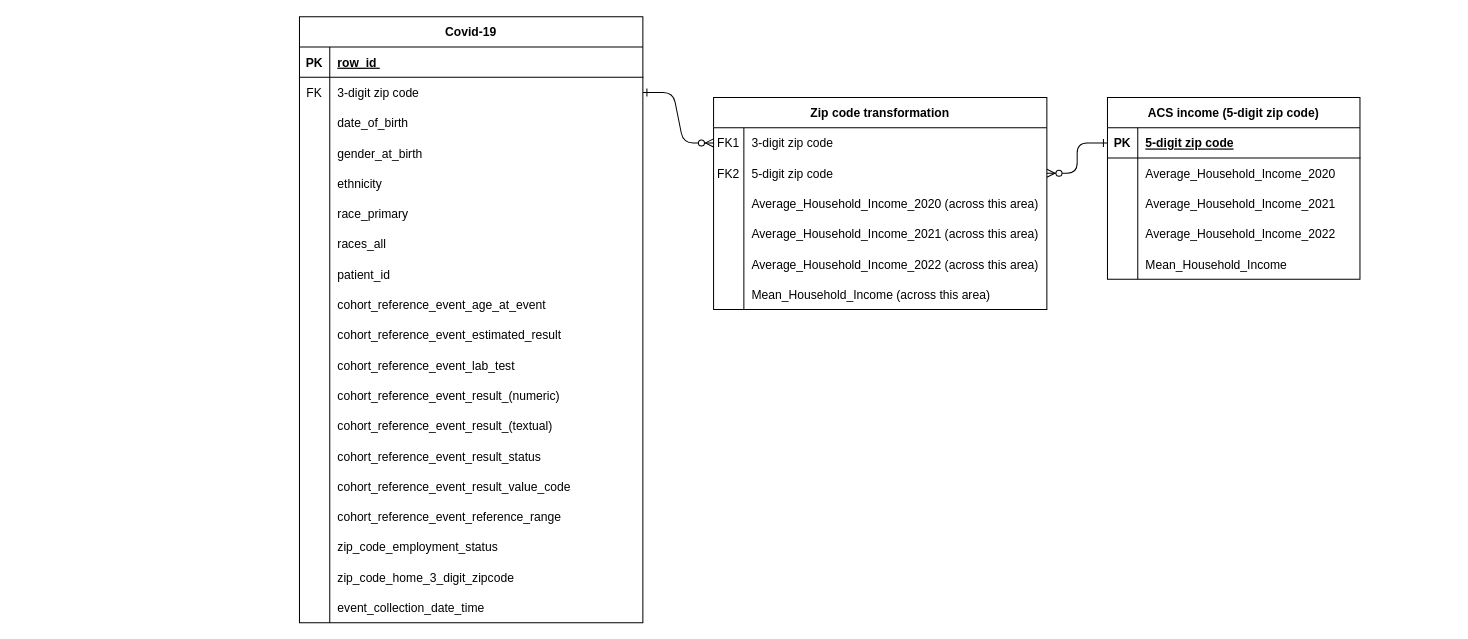
This is methods/covid_income_diagram.drawio from ronghanli2002/Analyzing-COVID-19-Disparities-in-Missouri-Through-a-Socioeconomic-Lens, a draw.io file, before an edit. Source tidied: cells renumbered, new cells numbered last; positions are measured from the earlier drawing's top-left corner, leaving out a move shared by most shapes. Both pictures are drawn from the tidied source at 101%, with x=0, y=0 at pixel (299, 16).
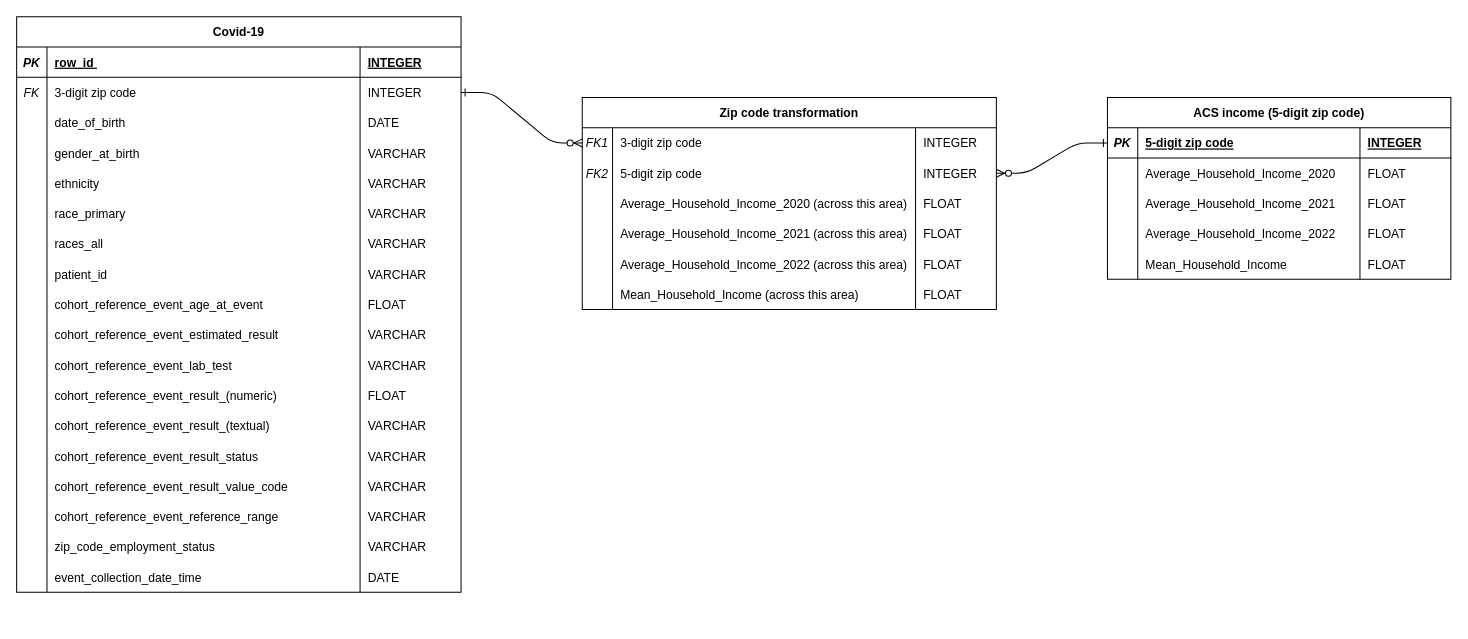
The same diagram, later.

Diff of the diagram source:
```diff
@@
-    <mxCell id="2" style="edgeStyle=entityRelationEdgeStyle;endArrow=ERzeroToMany;startArrow=ERone;endFill=1;startFill=0;exitX=1;exitY=0.5;exitDx=0;exitDy=0;entryX=0;entryY=0.5;entryDx=0;entryDy=0;" parent="1" edge="1" source="26">
-      <mxGeometry relative="1" as="geometry">
-        <mxPoint x="410" y="125" as="targetPoint" />
-      </mxGeometry>
+    <mxCell id="2" style="edgeStyle=entityRelationEdgeStyle;endArrow=ERzeroToMany;startArrow=ERone;endFill=1;startFill=0;exitX=1;exitY=0.5;exitDx=0;exitDy=0;entryX=0;entryY=0.5;entryDx=0;entryDy=0;" parent="1" edge="1" source="26" target="4">
+      <mxGeometry relative="1" as="geometry" />
     </mxCell>
     <mxCell id="3" value="Zip code transformation" style="shape=table;startSize=30;childLayout=tableLayout;rowLines=0;fontStyle=1;align=center;" parent="1" vertex="1">
-      <mxGeometry x="410" y="80" width="330" height="210" as="geometry" />
+      <mxGeometry x="280" y="80" width="410" height="210" as="geometry" />
     </mxCell>
     <mxCell id="4" style="shape=partialRectangle;fillColor=none;points=[[0,0.5],[1,0.5]];portConstraint=eastwest;top=0;left=0;right=0;bottom=0;" parent="3" vertex="1">
-      <mxGeometry y="30" width="330" height="30" as="geometry" />
+      <mxGeometry y="30" width="410" height="30" as="geometry" />
     </mxCell>
-    <mxCell id="5" value="FK1" style="shape=partialRectangle;overflow=hidden;fillColor=none;top=0;left=0;bottom=0;right=0;" parent="4" vertex="1">
+    <mxCell id="5" value="FK1" style="shape=partialRectangle;overflow=hidden;fillColor=none;top=0;left=0;bottom=0;right=0;fontStyle=2;" parent="4" vertex="1">
       <mxGeometry width="30" height="30" as="geometry" />
     </mxCell>
@@
+    <mxCell id="97" value="INTEGER" style="shape=partialRectangle;overflow=hidden;fillColor=none;top=0;left=0;bottom=0;right=0;align=left;spacingLeft=6;" parent="4" vertex="1">
+      <mxGeometry x="330" width="80" height="30" as="geometry" />
+    </mxCell>
     <mxCell id="7" style="shape=partialRectangle;fillColor=none;points=[[0,0.5],[1,0.5]];portConstraint=eastwest;top=0;left=0;right=0;bottom=0;" parent="3" vertex="1">
-      <mxGeometry y="60" width="330" height="30" as="geometry" />
+      <mxGeometry y="60" width="410" height="30" as="geometry" />
     </mxCell>
-    <mxCell id="8" value="FK2" style="shape=partialRectangle;overflow=hidden;fillColor=none;top=0;left=0;bottom=0;right=0;" parent="7" vertex="1">
+    <mxCell id="8" value="FK2" style="shape=partialRectangle;overflow=hidden;fillColor=none;top=0;left=0;bottom=0;right=0;fontStyle=2;" parent="7" vertex="1">
       <mxGeometry width="30" height="30" as="geometry" />
     </mxCell>
@@
+    <mxCell id="98" value="INTEGER" style="shape=partialRectangle;overflow=hidden;fillColor=none;top=0;left=0;bottom=0;right=0;align=left;spacingLeft=6;" parent="7" vertex="1">
+      <mxGeometry x="330" width="80" height="30" as="geometry" />
+    </mxCell>
     <mxCell id="10" style="shape=partialRectangle;fillColor=none;top=0;left=0;right=0;bottom=0;" parent="3" vertex="1">
-      <mxGeometry y="90" width="330" height="30" as="geometry" />
+      <mxGeometry y="90" width="410" height="30" as="geometry" />
     </mxCell>
@@
+    <mxCell id="99" value="FLOAT" style="shape=partialRectangle;overflow=hidden;fillColor=none;top=0;left=0;bottom=0;right=0;align=left;spacingLeft=6;" parent="10" vertex="1">
+      <mxGeometry x="330" width="80" height="30" as="geometry" />
+    </mxCell>
     <mxCell id="13" style="shape=partialRectangle;fillColor=none;top=0;left=0;right=0;bottom=0;" parent="3" vertex="1">
-      <mxGeometry y="120" width="330" height="30" as="geometry" />
+      <mxGeometry y="120" width="410" height="30" as="geometry" />
     </mxCell>
@@
+    <mxCell id="100" value="FLOAT" style="shape=partialRectangle;overflow=hidden;fillColor=none;top=0;left=0;bottom=0;right=0;align=left;spacingLeft=6;" parent="13" vertex="1">
+      <mxGeometry x="330" width="80" height="30" as="geometry" />
+    </mxCell>
     <mxCell id="16" style="shape=partialRectangle;fillColor=none;top=0;left=0;right=0;bottom=0;" parent="3" vertex="1">
-      <mxGeometry y="150" width="330" height="30" as="geometry" />
+      <mxGeometry y="150" width="410" height="30" as="geometry" />
     </mxCell>
@@
+    <mxCell id="101" value="FLOAT" style="shape=partialRectangle;overflow=hidden;fillColor=none;top=0;left=0;bottom=0;right=0;align=left;spacingLeft=6;" parent="16" vertex="1">
+      <mxGeometry x="330" width="80" height="30" as="geometry" />
+    </mxCell>
     <mxCell id="19" style="shape=partialRectangle;fillColor=none;top=0;left=0;right=0;bottom=0;" parent="3" vertex="1">
-      <mxGeometry y="180" width="330" height="30" as="geometry" />
+      <mxGeometry y="180" width="410" height="30" as="geometry" />
     </mxCell>
@@
+    <mxCell id="102" value="FLOAT" style="shape=partialRectangle;overflow=hidden;fillColor=none;top=0;left=0;bottom=0;right=0;align=left;spacingLeft=6;" parent="19" vertex="1">
+      <mxGeometry x="330" width="80" height="30" as="geometry" />
+    </mxCell>
     <mxCell id="22" value="Covid-19" style="shape=table;startSize=30;childLayout=tableLayout;rowLines=0;fontStyle=1;align=center;" parent="1" vertex="1">
-      <mxGeometry width="340" height="600" as="geometry" />
+      <mxGeometry x="-280" width="440" height="570" as="geometry" />
     </mxCell>
     <mxCell id="23" style="shape=partialRectangle;fillColor=none;top=0;left=0;right=0;bottom=1;" parent="22" vertex="1">
-      <mxGeometry y="30" width="340" height="30" as="geometry" />
+      <mxGeometry y="30" width="440" height="30" as="geometry" />
     </mxCell>
-    <mxCell id="24" value="PK" style="shape=partialRectangle;overflow=hidden;fillColor=none;top=0;left=0;bottom=0;right=0;fontStyle=1;" parent="23" vertex="1">
+    <mxCell id="24" value="PK" style="shape=partialRectangle;overflow=hidden;fillColor=none;top=0;left=0;bottom=0;right=0;fontStyle=3;" parent="23" vertex="1">
       <mxGeometry width="30" height="30" as="geometry" />
     </mxCell>
@@
+    <mxCell id="103" value="INTEGER" style="shape=partialRectangle;overflow=hidden;fillColor=none;top=0;left=0;bottom=0;right=0;align=left;spacingLeft=6;fontStyle=5;" parent="23" vertex="1">
+      <mxGeometry x="340" width="100" height="30" as="geometry" />
+    </mxCell>
     <mxCell id="26" style="shape=partialRectangle;fillColor=none;points=[[0,0.5],[1,0.5]];portConstraint=eastwest;top=0;left=0;right=0;bottom=0;" parent="22" vertex="1">
-      <mxGeometry y="60" width="340" height="30" as="geometry" />
+      <mxGeometry y="60" width="440" height="30" as="geometry" />
     </mxCell>
-    <mxCell id="27" value="FK" style="shape=partialRectangle;overflow=hidden;fillColor=none;top=0;left=0;bottom=0;right=0;" parent="26" vertex="1">
+    <mxCell id="27" value="FK" style="shape=partialRectangle;overflow=hidden;fillColor=none;top=0;left=0;bottom=0;right=0;fontStyle=2;" parent="26" vertex="1">
       <mxGeometry width="30" height="30" as="geometry" />
     </mxCell>
@@
+    <mxCell id="104" value="INTEGER" style="shape=partialRectangle;overflow=hidden;fillColor=none;top=0;left=0;bottom=0;right=0;align=left;spacingLeft=6;" parent="26" vertex="1">
+      <mxGeometry x="340" width="100" height="30" as="geometry" />
+    </mxCell>
     <mxCell id="29" style="shape=partialRectangle;fillColor=none;top=0;left=0;right=0;bottom=0;" parent="22" vertex="1">
-      <mxGeometry y="90" width="340" height="30" as="geometry" />
+      <mxGeometry y="90" width="440" height="30" as="geometry" />
     </mxCell>
@@
+    <mxCell id="105" value="DATE" style="shape=partialRectangle;overflow=hidden;fillColor=none;top=0;left=0;bottom=0;right=0;align=left;spacingLeft=6;" parent="29" vertex="1">
+      <mxGeometry x="340" width="100" height="30" as="geometry" />
+    </mxCell>
     <mxCell id="32" style="shape=partialRectangle;fillColor=none;top=0;left=0;right=0;bottom=0;" parent="22" vertex="1">
-      <mxGeometry y="120" width="340" height="30" as="geometry" />
+      <mxGeometry y="120" width="440" height="30" as="geometry" />
     </mxCell>
@@
+    <mxCell id="106" value="VARCHAR" style="shape=partialRectangle;overflow=hidden;fillColor=none;top=0;left=0;bottom=0;right=0;align=left;spacingLeft=6;" parent="32" vertex="1">
+      <mxGeometry x="340" width="100" height="30" as="geometry" />
+    </mxCell>
     <mxCell id="35" style="shape=partialRectangle;fillColor=none;top=0;left=0;right=0;bottom=0;" parent="22" vertex="1">
-      <mxGeometry y="150" width="340" height="30" as="geometry" />
+      <mxGeometry y="150" width="440" height="30" as="geometry" />
     </mxCell>
@@
+    <mxCell id="107" value="VARCHAR" style="shape=partialRectangle;overflow=hidden;fillColor=none;top=0;left=0;bottom=0;right=0;align=left;spacingLeft=6;" parent="35" vertex="1">
+      <mxGeometry x="340" width="100" height="30" as="geometry" />
+    </mxCell>
     <mxCell id="38" style="shape=partialRectangle;fillColor=none;top=0;left=0;right=0;bottom=0;" parent="22" vertex="1">
-      <mxGeometry y="180" width="340" height="30" as="geometry" />
+      <mxGeometry y="180" width="440" height="30" as="geometry" />
     </mxCell>
@@
+    <mxCell id="108" value="VARCHAR" style="shape=partialRectangle;overflow=hidden;fillColor=none;top=0;left=0;bottom=0;right=0;align=left;spacingLeft=6;" parent="38" vertex="1">
+      <mxGeometry x="340" width="100" height="30" as="geometry" />
+    </mxCell>
     <mxCell id="41" style="shape=partialRectangle;fillColor=none;top=0;left=0;right=0;bottom=0;" parent="22" vertex="1">
-      <mxGeometry y="210" width="340" height="30" as="geometry" />
+      <mxGeometry y="210" width="440" height="30" as="geometry" />
     </mxCell>
@@
+    <mxCell id="109" value="VARCHAR" style="shape=partialRectangle;overflow=hidden;fillColor=none;top=0;left=0;bottom=0;right=0;align=left;spacingLeft=6;" parent="41" vertex="1">
+      <mxGeometry x="340" width="100" height="30" as="geometry" />
+    </mxCell>
     <mxCell id="44" style="shape=partialRectangle;fillColor=none;top=0;left=0;right=0;bottom=0;" parent="22" vertex="1">
-      <mxGeometry y="240" width="340" height="30" as="geometry" />
+      <mxGeometry y="240" width="440" height="30" as="geometry" />
     </mxCell>
@@
+    <mxCell id="110" value="VARCHAR" style="shape=partialRectangle;overflow=hidden;fillColor=none;top=0;left=0;bottom=0;right=0;align=left;spacingLeft=6;" parent="44" vertex="1">
+      <mxGeometry x="340" width="100" height="30" as="geometry" />
+    </mxCell>
     <mxCell id="47" style="shape=partialRectangle;fillColor=none;top=0;left=0;right=0;bottom=0;" parent="22" vertex="1">
-      <mxGeometry y="270" width="340" height="30" as="geometry" />
+      <mxGeometry y="270" width="440" height="30" as="geometry" />
     </mxCell>
@@
+    <mxCell id="111" value="FLOAT" style="shape=partialRectangle;overflow=hidden;fillColor=none;top=0;left=0;bottom=0;right=0;align=left;spacingLeft=6;" parent="47" vertex="1">
+      <mxGeometry x="340" width="100" height="30" as="geometry" />
+    </mxCell>
     <mxCell id="50" style="shape=partialRectangle;fillColor=none;top=0;left=0;right=0;bottom=0;" parent="22" vertex="1">
-      <mxGeometry y="300" width="340" height="30" as="geometry" />
+      <mxGeometry y="300" width="440" height="30" as="geometry" />
     </mxCell>
@@
+    <mxCell id="112" value="VARCHAR" style="shape=partialRectangle;overflow=hidden;fillColor=none;top=0;left=0;bottom=0;right=0;align=left;spacingLeft=6;" parent="50" vertex="1">
+      <mxGeometry x="340" width="100" height="30" as="geometry" />
+    </mxCell>
     <mxCell id="53" style="shape=partialRectangle;fillColor=none;top=0;left=0;right=0;bottom=0;" parent="22" vertex="1">
-      <mxGeometry y="330" width="340" height="30" as="geometry" />
+      <mxGeometry y="330" width="440" height="30" as="geometry" />
     </mxCell>
@@
+    <mxCell id="113" value="VARCHAR" style="shape=partialRectangle;overflow=hidden;fillColor=none;top=0;left=0;bottom=0;right=0;align=left;spacingLeft=6;" parent="53" vertex="1">
+      <mxGeometry x="340" width="100" height="30" as="geometry" />
+    </mxCell>
     <mxCell id="56" style="shape=partialRectangle;fillColor=none;top=0;left=0;right=0;bottom=0;" parent="22" vertex="1">
-      <mxGeometry y="360" width="340" height="30" as="geometry" />
+      <mxGeometry y="360" width="440" height="30" as="geometry" />
     </mxCell>
@@
+    <mxCell id="114" value="FLOAT" style="shape=partialRectangle;overflow=hidden;fillColor=none;top=0;left=0;bottom=0;right=0;align=left;spacingLeft=6;" parent="56" vertex="1">
+      <mxGeometry x="340" width="100" height="30" as="geometry" />
+    </mxCell>
     <mxCell id="59" style="shape=partialRectangle;fillColor=none;top=0;left=0;right=0;bottom=0;" parent="22" vertex="1">
-      <mxGeometry y="390" width="340" height="30" as="geometry" />
+      <mxGeometry y="390" width="440" height="30" as="geometry" />
     </mxCell>
@@
+    <mxCell id="115" value="VARCHAR" style="shape=partialRectangle;overflow=hidden;fillColor=none;top=0;left=0;bottom=0;right=0;align=left;spacingLeft=6;" parent="59" vertex="1">
+      <mxGeometry x="340" width="100" height="30" as="geometry" />
+    </mxCell>
     <mxCell id="62" style="shape=partialRectangle;fillColor=none;top=0;left=0;right=0;bottom=0;" parent="22" vertex="1">
-      <mxGeometry y="420" width="340" height="30" as="geometry" />
+      <mxGeometry y="420" width="440" height="30" as="geometry" />
     </mxCell>
@@
+    <mxCell id="116" value="VARCHAR" style="shape=partialRectangle;overflow=hidden;fillColor=none;top=0;left=0;bottom=0;right=0;align=left;spacingLeft=6;" parent="62" vertex="1">
+      <mxGeometry x="340" width="100" height="30" as="geometry" />
+    </mxCell>
     <mxCell id="65" style="shape=partialRectangle;fillColor=none;top=0;left=0;right=0;bottom=0;" parent="22" vertex="1">
-      <mxGeometry y="450" width="340" height="30" as="geometry" />
+      <mxGeometry y="450" width="440" height="30" as="geometry" />
     </mxCell>
@@
+    <mxCell id="117" value="VARCHAR" style="shape=partialRectangle;overflow=hidden;fillColor=none;top=0;left=0;bottom=0;right=0;align=left;spacingLeft=6;" parent="65" vertex="1">
+      <mxGeometry x="340" width="100" height="30" as="geometry" />
+    </mxCell>
     <mxCell id="68" style="shape=partialRectangle;fillColor=none;top=0;left=0;right=0;bottom=0;" parent="22" vertex="1">
-      <mxGeometry y="480" width="340" height="30" as="geometry" />
+      <mxGeometry y="480" width="440" height="30" as="geometry" />
     </mxCell>
@@
+    <mxCell id="118" value="VARCHAR" style="shape=partialRectangle;overflow=hidden;fillColor=none;top=0;left=0;bottom=0;right=0;align=left;spacingLeft=6;" parent="68" vertex="1">
+      <mxGeometry x="340" width="100" height="30" as="geometry" />
+    </mxCell>
     <mxCell id="71" style="shape=partialRectangle;fillColor=none;top=0;left=0;right=0;bottom=0;" parent="22" vertex="1">
-      <mxGeometry y="510" width="340" height="30" as="geometry" />
+      <mxGeometry y="510" width="440" height="30" as="geometry" />
     </mxCell>
@@
-    <mxCell id="74" style="shape=partialRectangle;fillColor=none;top=0;left=0;right=0;bottom=0;" parent="22" vertex="1">
-      <mxGeometry y="540" width="340" height="30" as="geometry" />
-    </mxCell>
-    <mxCell id="75" style="shape=partialRectangle;overflow=hidden;fillColor=none;top=0;left=0;bottom=0;right=0;" parent="74" vertex="1">
-      <mxGeometry width="30" height="30" as="geometry" />
-    </mxCell>
-    <mxCell id="76" value="zip_code_home_3_digit_zipcode" style="shape=partialRectangle;overflow=hidden;fillColor=none;top=0;left=0;bottom=0;right=0;align=left;spacingLeft=6;" parent="74" vertex="1">
-      <mxGeometry x="30" width="310" height="30" as="geometry" />
-    </mxCell>
+    <mxCell id="119" value="VARCHAR" style="shape=partialRectangle;overflow=hidden;fillColor=none;top=0;left=0;bottom=0;right=0;align=left;spacingLeft=6;" parent="71" vertex="1">
+      <mxGeometry x="340" width="100" height="30" as="geometry" />
+    </mxCell>
     <mxCell id="77" style="shape=partialRectangle;fillColor=none;top=0;left=0;right=0;bottom=0;" parent="22" vertex="1">
-      <mxGeometry y="570" width="340" height="30" as="geometry" />
+      <mxGeometry y="540" width="440" height="30" as="geometry" />
     </mxCell>
@@
+    <mxCell id="120" value="DATE" style="shape=partialRectangle;overflow=hidden;fillColor=none;top=0;left=0;bottom=0;right=0;align=left;spacingLeft=6;" parent="77" vertex="1">
+      <mxGeometry x="340" width="100" height="30" as="geometry" />
+    </mxCell>
     <mxCell id="80" value="ACS income (5-digit zip code)" style="shape=table;startSize=30;childLayout=tableLayout;rowLines=0;fontStyle=1;align=center;" parent="1" vertex="1">
-      <mxGeometry x="800" y="80" width="250" height="180" as="geometry" />
+      <mxGeometry x="800" y="80" width="340" height="180" as="geometry" />
     </mxCell>
     <mxCell id="81" style="shape=partialRectangle;fillColor=none;points=[[0,0.5],[1,0.5]];portConstraint=eastwest;top=0;left=0;right=0;bottom=1;" parent="80" vertex="1">
-      <mxGeometry y="30" width="250" height="30" as="geometry" />
+      <mxGeometry y="30" width="340" height="30" as="geometry" />
     </mxCell>
-    <mxCell id="82" value="PK" style="shape=partialRectangle;overflow=hidden;fillColor=none;top=0;left=0;bottom=0;right=0;fontStyle=1;" parent="81" vertex="1">
+    <mxCell id="82" value="PK" style="shape=partialRectangle;overflow=hidden;fillColor=none;top=0;left=0;bottom=0;right=0;fontStyle=3;" parent="81" vertex="1">
       <mxGeometry width="30" height="30" as="geometry" />
     </mxCell>
@@
+    <mxCell id="121" value="INTEGER" style="shape=partialRectangle;overflow=hidden;fillColor=none;top=0;left=0;bottom=0;right=0;align=left;spacingLeft=6;fontStyle=5;" parent="81" vertex="1">
+      <mxGeometry x="250" width="90" height="30" as="geometry" />
+    </mxCell>
     <mxCell id="84" style="shape=partialRectangle;fillColor=none;top=0;left=0;right=0;bottom=0;" parent="80" vertex="1">
-      <mxGeometry y="60" width="250" height="30" as="geometry" />
+      <mxGeometry y="60" width="340" height="30" as="geometry" />
     </mxCell>
@@
+    <mxCell id="122" value="FLOAT" style="shape=partialRectangle;overflow=hidden;fillColor=none;top=0;left=0;bottom=0;right=0;align=left;spacingLeft=6;" parent="84" vertex="1">
+      <mxGeometry x="250" width="90" height="30" as="geometry" />
+    </mxCell>
     <mxCell id="87" style="shape=partialRectangle;fillColor=none;top=0;left=0;right=0;bottom=0;" parent="80" vertex="1">
-      <mxGeometry y="90" width="250" height="30" as="geometry" />
+      <mxGeometry y="90" width="340" height="30" as="geometry" />
     </mxCell>
@@
+    <mxCell id="123" value="FLOAT" style="shape=partialRectangle;overflow=hidden;fillColor=none;top=0;left=0;bottom=0;right=0;align=left;spacingLeft=6;" parent="87" vertex="1">
+      <mxGeometry x="250" width="90" height="30" as="geometry" />
+    </mxCell>
     <mxCell id="90" style="shape=partialRectangle;fillColor=none;top=0;left=0;right=0;bottom=0;" parent="80" vertex="1">
-      <mxGeometry y="120" width="250" height="30" as="geometry" />
+      <mxGeometry y="120" width="340" height="30" as="geometry" />
     </mxCell>
@@
+    <mxCell id="124" value="FLOAT" style="shape=partialRectangle;overflow=hidden;fillColor=none;top=0;left=0;bottom=0;right=0;align=left;spacingLeft=6;" parent="90" vertex="1">
+      <mxGeometry x="250" width="90" height="30" as="geometry" />
+    </mxCell>
     <mxCell id="93" style="shape=partialRectangle;fillColor=none;top=0;left=0;right=0;bottom=0;" parent="80" vertex="1">
-      <mxGeometry y="150" width="250" height="30" as="geometry" />
+      <mxGeometry y="150" width="340" height="30" as="geometry" />
     </mxCell>
@@
+    <mxCell id="125" value="FLOAT" style="shape=partialRectangle;overflow=hidden;fillColor=none;top=0;left=0;bottom=0;right=0;align=left;spacingLeft=6;" parent="93" vertex="1">
+      <mxGeometry x="250" width="90" height="30" as="geometry" />
+    </mxCell>
```
